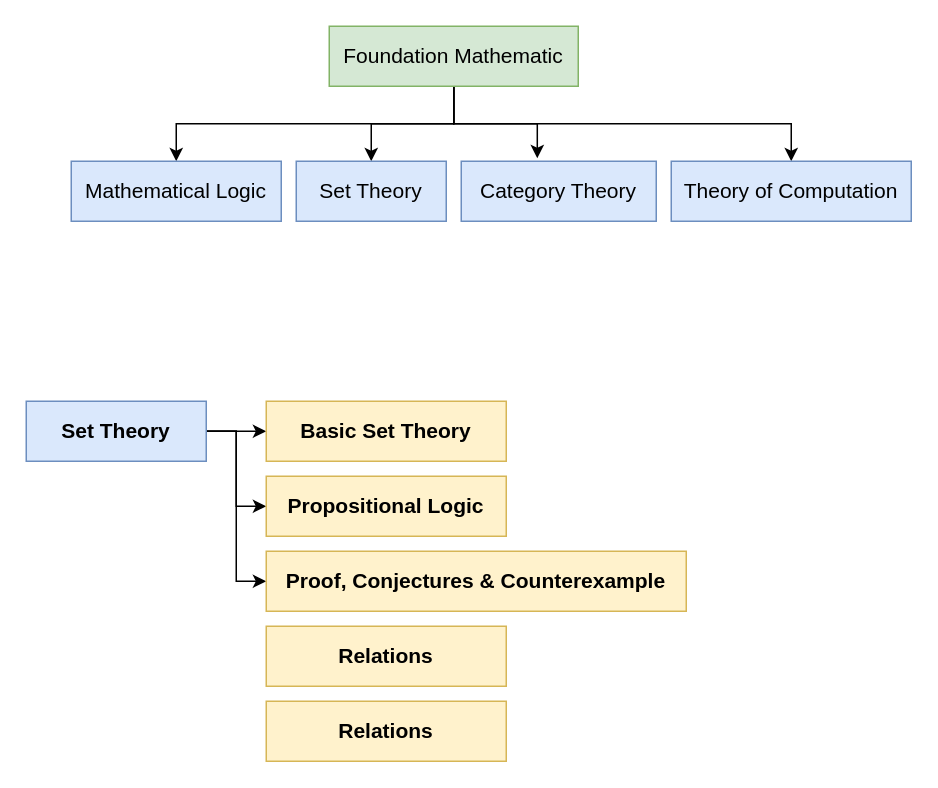
gungunfebrianza/Belajar-Dengan-Jenius-Mathematics keeps this draw.io diagram as Mathematical Logic.drawio. Above is the earlier version. Source tidied: cells renumbered, new cells numbered last; positions are measured from the earlier drawing's top-left corner, leaving out a move shared by most shapes. Both pictures are drawn from the tidied source at 150%, with x=0, y=0 at pixel (26, 26).
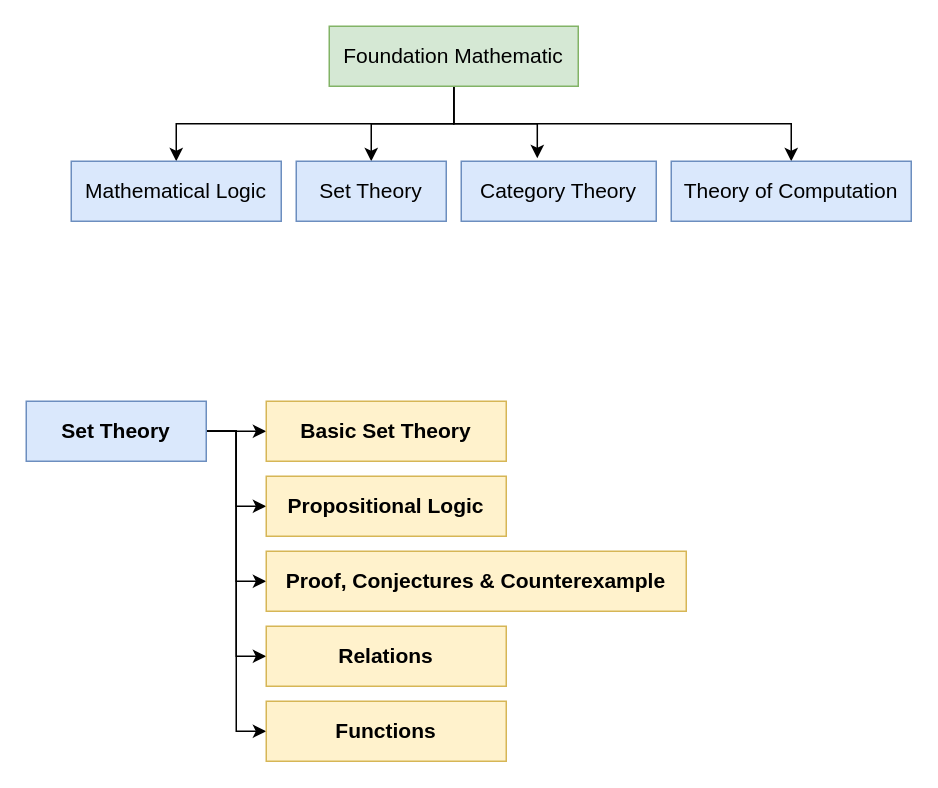
The same page after the edit.

Commit message (it also covers changes not shown here):
add set builder

The change refers to these unchanged cells:
```xml
<mxCell id="14" value="&lt;b&gt;Set Theory&lt;/b&gt;" style="rounded=0;whiteSpace=wrap;html=1;fillColor=#dae8fc;strokeColor=#6c8ebf;fontSize=14;" parent="1" vertex="1">
  <mxGeometry y="250" width="120" height="40" as="geometry" />
</mxCell>
<mxCell id="18" value="&lt;b&gt;Relations&lt;/b&gt;" style="rounded=0;whiteSpace=wrap;html=1;fillColor=#fff2cc;strokeColor=#d6b656;fontSize=14;" parent="1" vertex="1">
  <mxGeometry x="160" y="400" width="160" height="40" as="geometry" />
</mxCell>
```

The edit, as a diff of the source:
```diff
@@
+    <mxCell id="20" style="edgeStyle=orthogonalEdgeStyle;rounded=0;jettySize=auto;html=1;exitX=1;exitY=0.5;exitDx=0;exitDy=0;entryX=0;entryY=0.5;entryDx=0;entryDy=0;" parent="1" edge="1" source="14" target="18">
+      <mxGeometry relative="1" as="geometry" />
+    </mxCell>
+    <mxCell id="21" style="edgeStyle=orthogonalEdgeStyle;rounded=0;jettySize=auto;html=1;exitX=1;exitY=0.5;exitDx=0;exitDy=0;entryX=0;entryY=0.5;entryDx=0;entryDy=0;" parent="1" edge="1" source="14" target="19">
+      <mxGeometry relative="1" as="geometry" />
+    </mxCell>
@@
-    <mxCell id="19" value="&lt;b&gt;Relations&lt;/b&gt;" style="rounded=0;whiteSpace=wrap;html=1;fillColor=#fff2cc;strokeColor=#d6b656;fontSize=14;" parent="1" vertex="1">
+    <mxCell id="19" value="&lt;b&gt;Functions&lt;/b&gt;" style="rounded=0;whiteSpace=wrap;html=1;fillColor=#fff2cc;strokeColor=#d6b656;fontSize=14;" parent="1" vertex="1">
       <mxGeometry x="160" y="450" width="160" height="40" as="geometry" />
     </mxCell>
```
